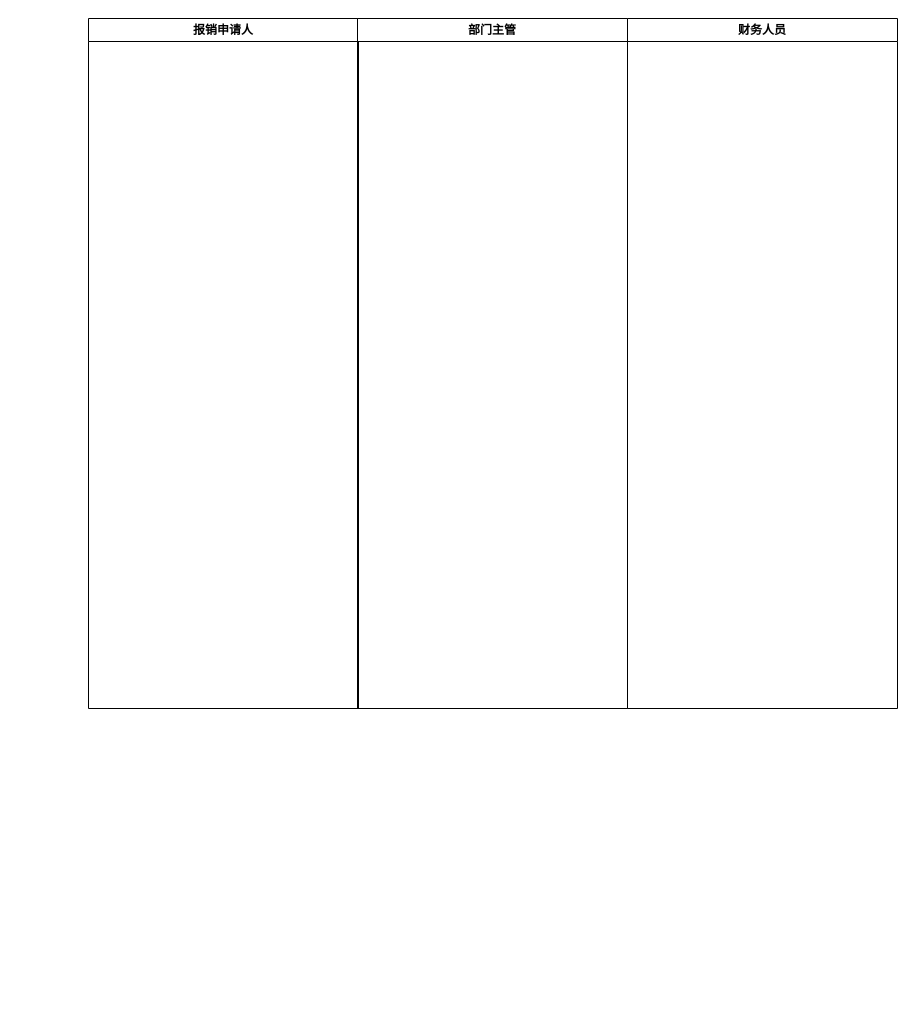
i990099/drawio-storage keeps this draw.io diagram as page "第 2 页" (2 of 2) of 单元格状态图.drawio. Above is the earlier version. Source tidied: cells renumbered, new cells numbered last; positions are measured from the earlier drawing's top-left corner, leaving out a move shared by most shapes. Both pictures are drawn from the tidied source at 100%, with x=0, y=0 at pixel (88, 18).
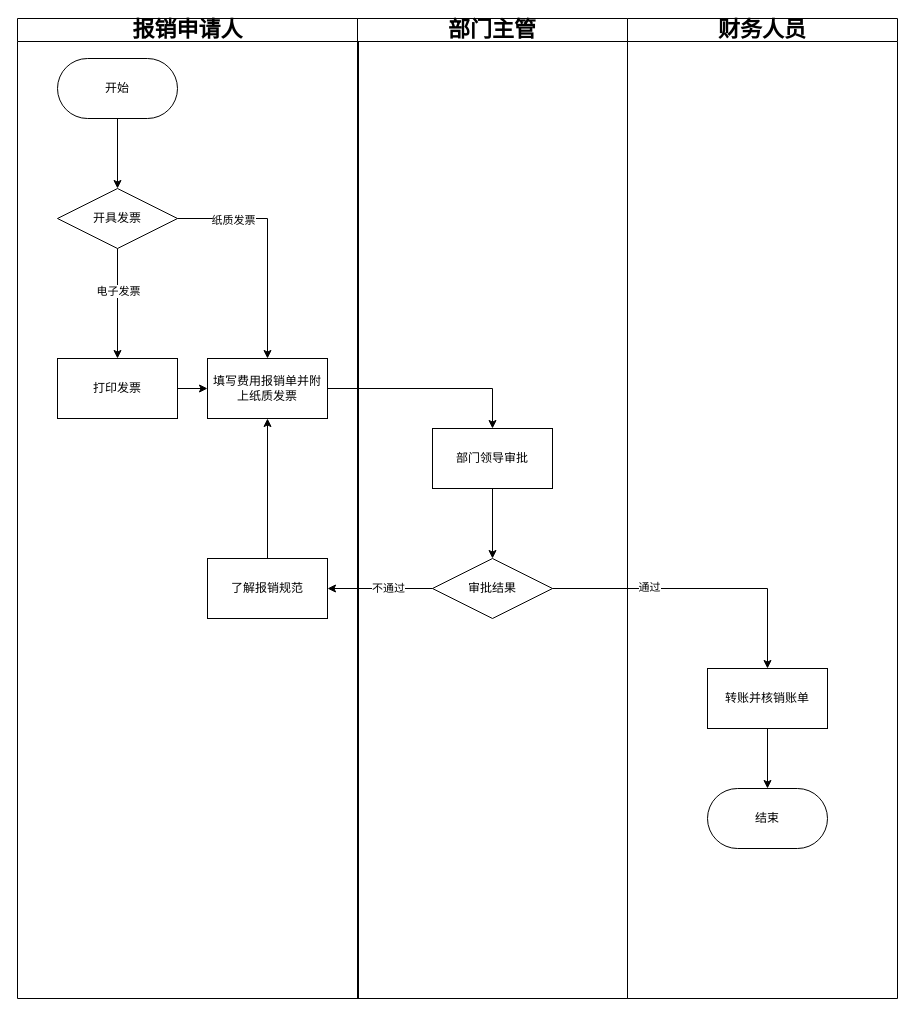
The same diagram, later.

Commit message:
更新单元格状态图.drawio

Change to the diagram source:
```diff
@@
-    <mxCell id="2" value="报销申请人" style="swimlane;whiteSpace=wrap;html=1;" parent="1" vertex="1">
-      <mxGeometry width="270" height="690" as="geometry" />
+    <mxCell id="2" value="&lt;font style=&quot;font-size: 22px;&quot;&gt;报销申请人&lt;/font&gt;" style="swimlane;whiteSpace=wrap;html=1;" parent="1" vertex="1">
+      <mxGeometry x="-71" width="341" height="980" as="geometry" />
     </mxCell>
+    <mxCell id="5" value="开始" style="rounded=1;whiteSpace=wrap;html=1;arcSize=50;" parent="2" vertex="1">
+      <mxGeometry x="40" y="40" width="120" height="60" as="geometry" />
+    </mxCell>
+    <mxCell id="6" value="打印发票" style="whiteSpace=wrap;html=1;rounded=0;" parent="2" vertex="1">
+      <mxGeometry x="40" y="340" width="120" height="60" as="geometry" />
+    </mxCell>
+    <mxCell id="7" value="开具发票" style="rounded=0;whiteSpace=wrap;html=1;shape=rhombus;perimeter=rhombusPerimeter;" parent="2" vertex="1">
+      <mxGeometry x="40" y="170" width="120" height="60" as="geometry" />
+    </mxCell>
+    <mxCell id="8" style="edgeStyle=orthogonalEdgeStyle;rounded=0;jettySize=auto;html=1;entryX=0.5;entryY=0;entryDx=0;entryDy=0;" parent="2" edge="1" source="5" target="7">
+      <mxGeometry relative="1" as="geometry" />
+    </mxCell>
+    <mxCell id="9" style="edgeStyle=orthogonalEdgeStyle;rounded=0;jettySize=auto;html=1;" parent="2" edge="1" source="7" target="6">
+      <mxGeometry relative="1" as="geometry" />
+    </mxCell>
+    <mxCell id="10" value="电子发票" style="edgeLabel;html=1;align=center;verticalAlign=middle;" parent="9" vertex="1">
+      <mxGeometry x="-0.49" relative="1" as="geometry">
+        <mxPoint y="14" as="offset" />
+      </mxGeometry>
+    </mxCell>
+    <mxCell id="11" value="填写费用报销单并附上纸质发票" style="rounded=0;whiteSpace=wrap;html=1;" parent="2" vertex="1">
+      <mxGeometry x="190" y="340" width="120" height="60" as="geometry" />
+    </mxCell>
+    <mxCell id="12" style="edgeStyle=orthogonalEdgeStyle;rounded=0;jettySize=auto;html=1;exitX=1;exitY=0.5;exitDx=0;exitDy=0;entryX=0;entryY=0.5;entryDx=0;entryDy=0;" parent="2" edge="1" source="6" target="11">
+      <mxGeometry relative="1" as="geometry" />
+    </mxCell>
+    <mxCell id="13" style="edgeStyle=orthogonalEdgeStyle;rounded=0;jettySize=auto;html=1;entryX=0.5;entryY=0;entryDx=0;entryDy=0;" parent="2" edge="1" source="7" target="11">
+      <mxGeometry relative="1" as="geometry" />
+    </mxCell>
+    <mxCell id="14" value="纸质发票" style="edgeLabel;html=1;align=center;verticalAlign=middle;" parent="13" vertex="1">
+      <mxGeometry x="-0.52" y="-1" relative="1" as="geometry" />
+    </mxCell>
+    <mxCell id="15" style="edgeStyle=orthogonalEdgeStyle;rounded=0;jettySize=auto;html=1;exitX=0.5;exitY=0;exitDx=0;exitDy=0;entryX=0.5;entryY=1;entryDx=0;entryDy=0;" parent="2" edge="1" source="16" target="11">
+      <mxGeometry relative="1" as="geometry" />
+    </mxCell>
+    <mxCell id="16" value="了解报销规范" style="whiteSpace=wrap;html=1;rounded=0;" parent="2" vertex="1">
+      <mxGeometry x="190" y="540" width="120" height="60" as="geometry" />
+    </mxCell>
-    <mxCell id="3" value="部门主管" style="swimlane;whiteSpace=wrap;html=1;" parent="1" vertex="1">
-      <mxGeometry x="269" width="270" height="690" as="geometry" />
+    <mxCell id="3" value="&lt;font style=&quot;font-size: 22px;&quot;&gt;部门主管&lt;/font&gt;" style="swimlane;whiteSpace=wrap;html=1;" parent="1" vertex="1">
+      <mxGeometry x="269" width="270" height="980" as="geometry" />
     </mxCell>
+    <mxCell id="17" style="edgeStyle=orthogonalEdgeStyle;rounded=0;jettySize=auto;html=1;" parent="3" edge="1" source="18" target="19">
+      <mxGeometry relative="1" as="geometry" />
+    </mxCell>
+    <mxCell id="18" value="部门领导审批" style="rounded=0;whiteSpace=wrap;html=1;" parent="3" vertex="1">
+      <mxGeometry x="75" y="410" width="120" height="60" as="geometry" />
+    </mxCell>
+    <mxCell id="19" value="审批结果" style="rounded=0;whiteSpace=wrap;html=1;shape=rhombus;perimeter=rhombusPerimeter;" parent="3" vertex="1">
+      <mxGeometry x="75" y="540" width="120" height="60" as="geometry" />
+    </mxCell>
-    <mxCell id="4" value="财务人员" style="swimlane;whiteSpace=wrap;html=1;" parent="1" vertex="1">
-      <mxGeometry x="539" width="270" height="690" as="geometry" />
+    <mxCell id="4" value="&lt;font style=&quot;font-size: 22px;&quot;&gt;财务人员&lt;/font&gt;" style="swimlane;whiteSpace=wrap;html=1;" parent="1" vertex="1">
+      <mxGeometry x="539" width="270" height="980" as="geometry" />
     </mxCell>
+    <mxCell id="20" value="转账并核销账单" style="rounded=0;whiteSpace=wrap;html=1;" parent="4" vertex="1">
+      <mxGeometry x="80" y="650" width="120" height="60" as="geometry" />
+    </mxCell>
+    <mxCell id="21" value="结束" style="rounded=1;whiteSpace=wrap;html=1;arcSize=50;" parent="4" vertex="1">
+      <mxGeometry x="80" y="770" width="120" height="60" as="geometry" />
+    </mxCell>
+    <mxCell id="22" style="edgeStyle=orthogonalEdgeStyle;rounded=0;jettySize=auto;html=1;" parent="4" edge="1" source="20" target="21">
+      <mxGeometry relative="1" as="geometry" />
+    </mxCell>
+    <mxCell id="23" style="edgeStyle=orthogonalEdgeStyle;rounded=0;jettySize=auto;html=1;exitX=1;exitY=0.5;exitDx=0;exitDy=0;entryX=0.5;entryY=0;entryDx=0;entryDy=0;" parent="1" edge="1" source="11" target="18">
+      <mxGeometry relative="1" as="geometry" />
+    </mxCell>
+    <mxCell id="24" style="edgeStyle=orthogonalEdgeStyle;rounded=0;jettySize=auto;html=1;exitX=0;exitY=0.5;exitDx=0;exitDy=0;" parent="1" edge="1" source="19" target="16">
+      <mxGeometry relative="1" as="geometry" />
+    </mxCell>
+    <mxCell id="25" value="不通过" style="edgeLabel;html=1;align=center;verticalAlign=middle;" parent="24" vertex="1">
+      <mxGeometry x="-0.14" y="-1" relative="1" as="geometry" />
+    </mxCell>
+    <mxCell id="26" style="edgeStyle=orthogonalEdgeStyle;rounded=0;jettySize=auto;html=1;" parent="1" edge="1" source="19" target="20">
+      <mxGeometry relative="1" as="geometry" />
+    </mxCell>
+    <mxCell id="27" value="通过" style="edgeLabel;html=1;align=center;verticalAlign=middle;" parent="26" vertex="1">
+      <mxGeometry x="-0.35" y="2" relative="1" as="geometry" />
+    </mxCell>
```
